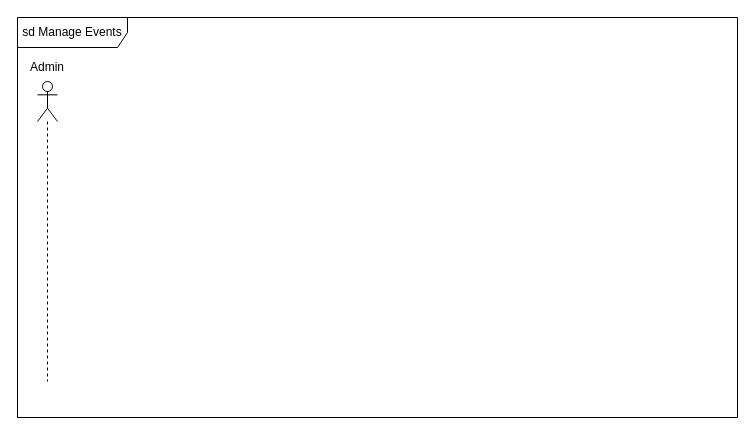
The draw.io diagram Manage Events Sequence Diagram.drawio in m-bassiri/HamyarApp, before the edit. Source tidied: cells renumbered, new cells numbered last; positions are measured from the earlier drawing's top-left corner, leaving out a move shared by most shapes. Both pictures are drawn from the tidied source at 100%, with x=0, y=0 at pixel (17, 17).
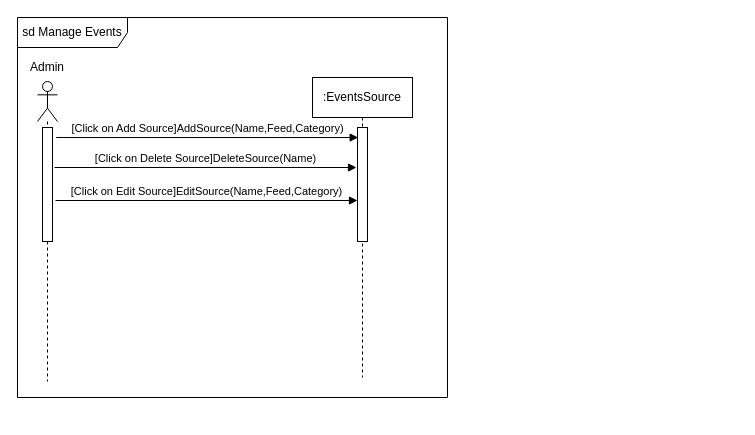
After the change.

Change to the diagram source:
```diff
@@
 <mxGraphModel>
   <root>
     <mxCell id="0" />
     <mxCell id="1" parent="0" />
     <mxCell id="2" value="sd Manage Events" style="shape=umlFrame;whiteSpace=wrap;html=1;width=110;height=30;" parent="1" vertex="1">
-      <mxGeometry width="720" height="400" as="geometry" />
+      <mxGeometry width="430" height="380" as="geometry" />
     </mxCell>
     <mxCell id="3" style="group;" parent="1" vertex="1">
       <mxGeometry x="11" y="40" width="50" height="324" as="geometry" />
     </mxCell>
     <mxCell id="4" style="shape=umlLifeline;participant=umlActor;perimeter=lifelinePerimeter;whiteSpace=wrap;html=1;verticalAlign=top;spacingTop=36;labelBackgroundColor=#ffffff;" parent="3" vertex="1">
       <mxGeometry x="9" y="24" width="20" height="300" as="geometry" />
     </mxCell>
+    <mxCell id="6" style="html=1;points=[];perimeter=orthogonalPerimeter;" parent="4" vertex="1">
+      <mxGeometry x="5" y="46" width="10" height="114" as="geometry" />
+    </mxCell>
     <mxCell id="5" value="Admin" style="text;html=1;align=left;verticalAlign=top;spacingTop=-4;" parent="3" vertex="1">
       <mxGeometry width="50" height="20" as="geometry" />
     </mxCell>
+    <mxCell id="7" value=":EventsSource" style="shape=umlLifeline;perimeter=lifelinePerimeter;whiteSpace=wrap;html=1;" parent="1" vertex="1">
+      <mxGeometry x="295" y="60" width="100" height="300" as="geometry" />
+    </mxCell>
+    <mxCell id="8" style="html=1;points=[];perimeter=orthogonalPerimeter;" parent="7" vertex="1">
+      <mxGeometry x="45" y="50" width="10" height="114" as="geometry" />
+    </mxCell>
+    <mxCell id="9" value="[Click on Add Source]AddSource(Name,Feed,Category)&lt;br&gt;" style="html=1;verticalAlign=bottom;endArrow=block;exitX=1.367;exitY=0.088;exitDx=0;exitDy=0;exitPerimeter=0;entryX=0.067;entryY=0.088;entryDx=0;entryDy=0;entryPerimeter=0;" parent="1" edge="1" source="6" target="8">
+      <mxGeometry relative="1" as="geometry" />
+    </mxCell>
+    <mxCell id="10" value="[Click on Delete Source]DeleteSource(Name)&lt;br&gt;" style="html=1;verticalAlign=bottom;endArrow=block;exitX=1.367;exitY=0.088;exitDx=0;exitDy=0;exitPerimeter=0;entryX=0.067;entryY=0.088;entryDx=0;entryDy=0;entryPerimeter=0;" parent="1" edge="1">
+      <mxGeometry relative="1" as="geometry">
+        <mxPoint x="37" y="150" as="sourcePoint" />
+        <mxPoint x="339" y="150" as="targetPoint" />
+      </mxGeometry>
+    </mxCell>
+    <mxCell id="11" value="[Click on Edit Source]EditSource(Name,Feed,Category)&lt;br&gt;" style="html=1;verticalAlign=bottom;endArrow=block;exitX=1.367;exitY=0.088;exitDx=0;exitDy=0;exitPerimeter=0;entryX=0.067;entryY=0.088;entryDx=0;entryDy=0;entryPerimeter=0;" parent="1" edge="1">
+      <mxGeometry relative="1" as="geometry">
+        <mxPoint x="38" y="183" as="sourcePoint" />
+        <mxPoint x="340" y="183" as="targetPoint" />
+      </mxGeometry>
+    </mxCell>
   </root>
 </mxGraphModel>
```
